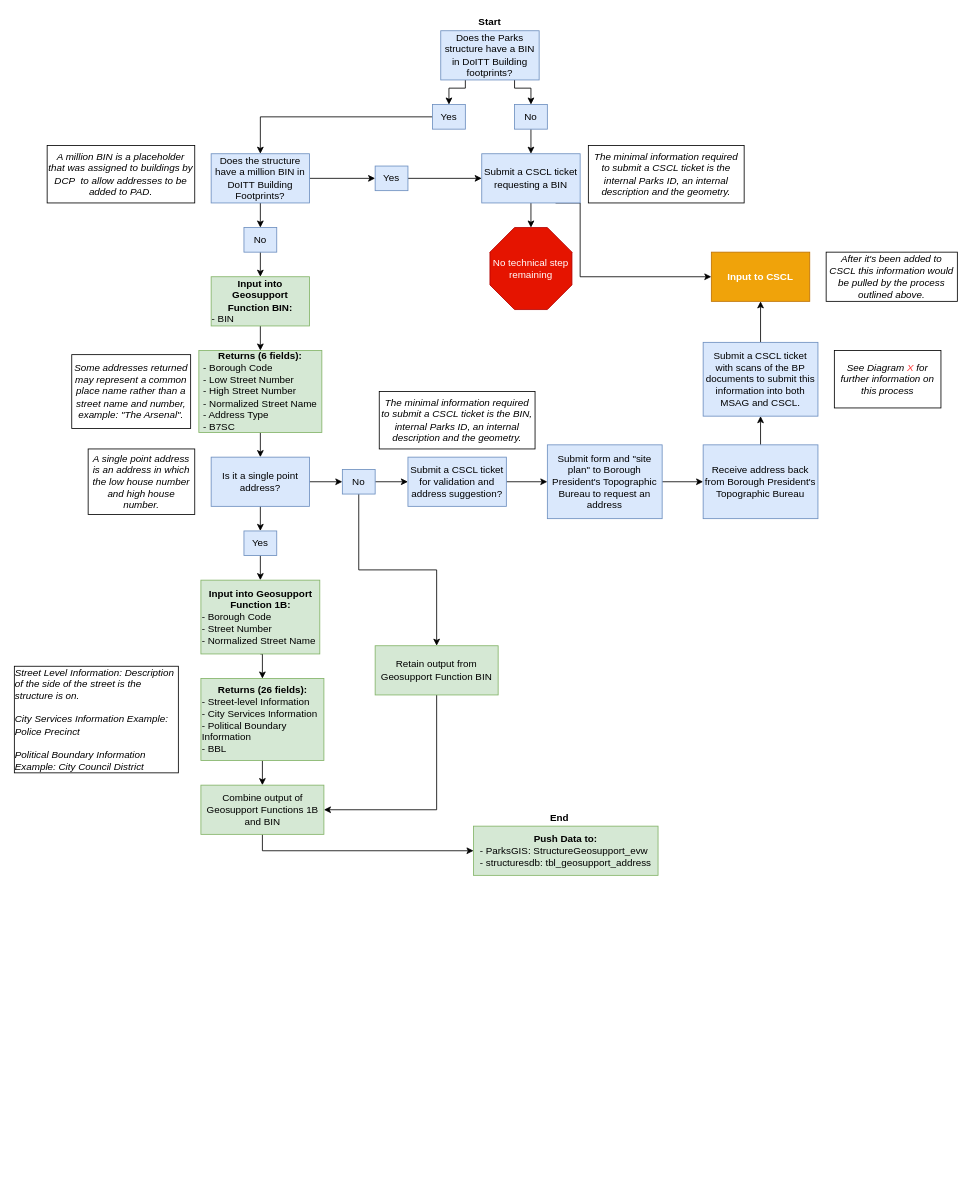
Earlier version of the draw.io diagram Geosupport.drawio (NYCParks-data/Structures). Source tidied: cells renumbered, new cells numbered last; positions are measured from the earlier drawing's top-left corner, leaving out a move shared by most shapes. Both pictures are drawn from the tidied source at 82%, with x=0, y=0 at pixel (14, 14).
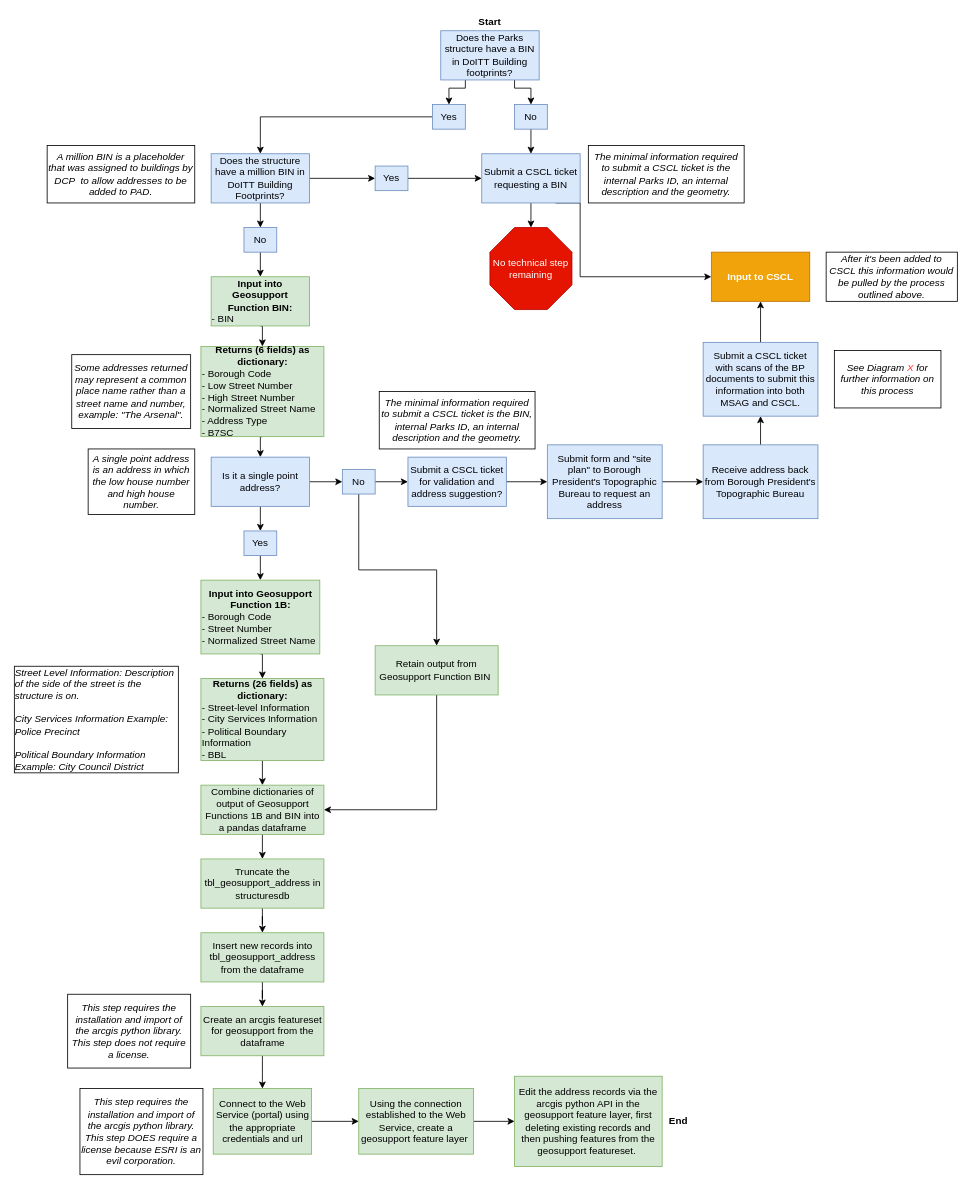
After the change.

Change to the diagram source:
```diff
@@
-    <mxCell id="25" value="&lt;b&gt;Returns (6 fields):&lt;/b&gt;&lt;br&gt;&lt;div style=&quot;text-align: left&quot;&gt;&lt;span&gt;- Borough Code&lt;/span&gt;&lt;/div&gt;&lt;div style=&quot;text-align: left&quot;&gt;&lt;span&gt;- Low Street Number&lt;/span&gt;&lt;/div&gt;&lt;div style=&quot;text-align: left&quot;&gt;&lt;span&gt;- High Street Number&lt;/span&gt;&lt;/div&gt;&lt;div style=&quot;text-align: left&quot;&gt;&lt;span&gt;- Normalized Street Name&lt;/span&gt;&lt;/div&gt;&lt;div style=&quot;text-align: left&quot;&gt;&lt;span&gt;- Address Type&lt;/span&gt;&lt;/div&gt;&lt;div style=&quot;text-align: left&quot;&gt;&lt;span&gt;- B7SC&lt;/span&gt;&lt;/div&gt;" style="rounded=0;whiteSpace=wrap;html=1;fillColor=#d5e8d4;strokeColor=#82b366;" parent="1" vertex="1">
-      <mxGeometry x="225" y="410" width="150" height="100" as="geometry" />
+    <mxCell id="25" value="&lt;b&gt;Returns (6 fields) as dictionary:&lt;/b&gt;&lt;br&gt;&lt;div style=&quot;text-align: left&quot;&gt;&lt;span&gt;- Borough Code&lt;/span&gt;&lt;/div&gt;&lt;div style=&quot;text-align: left&quot;&gt;&lt;span&gt;- Low Street Number&lt;/span&gt;&lt;/div&gt;&lt;div style=&quot;text-align: left&quot;&gt;&lt;span&gt;- High Street Number&lt;/span&gt;&lt;/div&gt;&lt;div style=&quot;text-align: left&quot;&gt;&lt;span&gt;- Normalized Street Name&lt;/span&gt;&lt;/div&gt;&lt;div style=&quot;text-align: left&quot;&gt;&lt;span&gt;- Address Type&lt;/span&gt;&lt;/div&gt;&lt;div style=&quot;text-align: left&quot;&gt;&lt;span&gt;- B7SC&lt;/span&gt;&lt;/div&gt;" style="rounded=0;whiteSpace=wrap;html=1;fillColor=#d5e8d4;strokeColor=#82b366;" parent="1" vertex="1">
+      <mxGeometry x="227.5" y="405" width="150" height="110" as="geometry" />
     </mxCell>
@@
-    <mxCell id="42" value="&lt;b&gt;Returns (26 fields):&lt;/b&gt;&lt;br&gt;&lt;div style=&quot;text-align: left&quot;&gt;- Street-level Information&lt;/div&gt;&lt;div style=&quot;text-align: left&quot;&gt;&lt;span&gt;- City Services Information&lt;/span&gt;&lt;/div&gt;&lt;div style=&quot;text-align: left&quot;&gt;&lt;span&gt;- Political Boundary Information&lt;/span&gt;&lt;/div&gt;&lt;div style=&quot;text-align: left&quot;&gt;&lt;span&gt;- BBL&lt;/span&gt;&lt;/div&gt;" style="rounded=0;whiteSpace=wrap;html=1;fillColor=#d5e8d4;strokeColor=#82b366;" parent="1" vertex="1">
+    <mxCell id="42" value="&lt;b&gt;Returns (26 fields) as dictionary:&lt;/b&gt;&lt;br&gt;&lt;div style=&quot;text-align: left&quot;&gt;- Street-level Information&lt;/div&gt;&lt;div style=&quot;text-align: left&quot;&gt;&lt;span&gt;- City Services Information&lt;/span&gt;&lt;/div&gt;&lt;div style=&quot;text-align: left&quot;&gt;&lt;span&gt;- Political Boundary Information&lt;/span&gt;&lt;/div&gt;&lt;div style=&quot;text-align: left&quot;&gt;&lt;span&gt;- BBL&lt;/span&gt;&lt;/div&gt;" style="rounded=0;whiteSpace=wrap;html=1;fillColor=#d5e8d4;strokeColor=#82b366;" parent="1" vertex="1">
       <mxGeometry x="227.5" y="810" width="150" height="100" as="geometry" />
     </mxCell>
@@
-    <mxCell id="44" style="edgeStyle=orthogonalEdgeStyle;rounded=0;jettySize=auto;html=1;exitX=0.5;exitY=1;exitDx=0;exitDy=0;entryX=0;entryY=0.5;entryDx=0;entryDy=0;" parent="1" edge="1" source="45" target="46">
-      <mxGeometry relative="1" as="geometry" />
-    </mxCell>
+    <mxCell id="60" style="edgeStyle=orthogonalEdgeStyle;rounded=0;jettySize=auto;html=1;exitX=0.5;exitY=1;exitDx=0;exitDy=0;entryX=0.5;entryY=0;entryDx=0;entryDy=0;" parent="1" edge="1" source="45" target="62">
+      <mxGeometry relative="1" as="geometry" />
+    </mxCell>
-    <mxCell id="45" value="Combine output of Geosupport Functions 1B and BIN" style="rounded=0;whiteSpace=wrap;html=1;fillColor=#d5e8d4;strokeColor=#82b366;" parent="1" vertex="1">
+    <mxCell id="45" value="Combine dictionaries of output of Geosupport Functions 1B and BIN into a pandas dataframe" style="rounded=0;whiteSpace=wrap;html=1;fillColor=#d5e8d4;strokeColor=#82b366;" parent="1" vertex="1">
       <mxGeometry x="227.5" y="940" width="150" height="60" as="geometry" />
     </mxCell>
-    <mxCell id="46" value="&lt;b&gt;Push Data to:&lt;/b&gt;&lt;br&gt;&lt;div style=&quot;text-align: left&quot;&gt;&lt;span&gt;- ParksGIS: StructureGeosupport_evw&lt;/span&gt;&lt;/div&gt;&lt;div style=&quot;text-align: left&quot;&gt;&lt;span&gt;- structuresdb: tbl_geosupport_address&lt;/span&gt;&lt;/div&gt;" style="rounded=0;whiteSpace=wrap;html=1;fillColor=#d5e8d4;strokeColor=#82b366;" parent="1" vertex="1">
-      <mxGeometry x="560" y="990" width="225" height="60" as="geometry" />
-    </mxCell>
@@
-    <mxCell id="48" value="Retain output from Geosupport Function BIN" style="rounded=0;whiteSpace=wrap;html=1;fillColor=#d5e8d4;strokeColor=#82b366;" parent="1" vertex="1">
+    <mxCell id="48" value="Retain output from Geosupport Function BIN&amp;nbsp;" style="rounded=0;whiteSpace=wrap;html=1;fillColor=#d5e8d4;strokeColor=#82b366;" parent="1" vertex="1">
       <mxGeometry x="440" y="770" width="150" height="60" as="geometry" />
     </mxCell>
     <mxCell id="49" value="&lt;b&gt;End&lt;/b&gt;" style="text;html=1;strokeColor=none;fillColor=none;align=center;verticalAlign=middle;whiteSpace=wrap;rounded=0;" parent="1" vertex="1">
-      <mxGeometry x="645" y="970" width="40" height="20" as="geometry" />
+      <mxGeometry x="790" y="1340" width="40" height="20" as="geometry" />
     </mxCell>
@@
+    <mxCell id="61" style="edgeStyle=orthogonalEdgeStyle;rounded=0;jettySize=auto;html=1;" parent="1" edge="1" source="62" target="64">
+      <mxGeometry relative="1" as="geometry" />
+    </mxCell>
+    <mxCell id="62" value="Truncate the tbl_geosupport_address in structuresdb" style="rounded=0;whiteSpace=wrap;html=1;fillColor=#d5e8d4;strokeColor=#82b366;" parent="1" vertex="1">
+      <mxGeometry x="227.5" y="1030" width="150" height="60" as="geometry" />
+    </mxCell>
+    <mxCell id="63" style="edgeStyle=orthogonalEdgeStyle;rounded=0;jettySize=auto;html=1;" parent="1" edge="1" source="64" target="67">
+      <mxGeometry relative="1" as="geometry" />
+    </mxCell>
+    <mxCell id="64" value="Insert new records into tbl_geosupport_address from the dataframe" style="rounded=0;whiteSpace=wrap;html=1;fillColor=#d5e8d4;strokeColor=#82b366;" parent="1" vertex="1">
+      <mxGeometry x="227.5" y="1120" width="150" height="60" as="geometry" />
+    </mxCell>
+    <mxCell id="65" value="&lt;i&gt;This step requires the installation and import of the arcgis python library. This step does not require a license.&lt;/i&gt;" style="rounded=0;whiteSpace=wrap;html=1;" parent="1" vertex="1">
+      <mxGeometry x="65" y="1195" width="150" height="90" as="geometry" />
+    </mxCell>
+    <mxCell id="66" style="edgeStyle=orthogonalEdgeStyle;rounded=0;jettySize=auto;html=1;exitX=0.5;exitY=1;exitDx=0;exitDy=0;entryX=0.5;entryY=0;entryDx=0;entryDy=0;" parent="1" edge="1" source="67">
+      <mxGeometry relative="1" as="geometry">
+        <mxPoint x="302.5" y="1310" as="targetPoint" />
+      </mxGeometry>
+    </mxCell>
+    <mxCell id="67" value="Create an arcgis featureset for geosupport from the dataframe" style="rounded=0;whiteSpace=wrap;html=1;fillColor=#d5e8d4;strokeColor=#82b366;" parent="1" vertex="1">
+      <mxGeometry x="227.5" y="1210" width="150" height="60" as="geometry" />
+    </mxCell>
+    <mxCell id="68" style="edgeStyle=orthogonalEdgeStyle;rounded=0;jettySize=auto;html=1;" parent="1" edge="1" source="69" target="72">
+      <mxGeometry relative="1" as="geometry" />
+    </mxCell>
+    <mxCell id="69" value="Using the connection established to the Web Service, create a geosupport feature layer&amp;nbsp;" style="rounded=0;whiteSpace=wrap;html=1;fillColor=#d5e8d4;strokeColor=#82b366;" parent="1" vertex="1">
+      <mxGeometry x="420" y="1310" width="140" height="80" as="geometry" />
+    </mxCell>
+    <mxCell id="70" style="edgeStyle=orthogonalEdgeStyle;rounded=0;jettySize=auto;html=1;" parent="1" edge="1" source="71" target="69">
+      <mxGeometry relative="1" as="geometry" />
+    </mxCell>
+    <mxCell id="71" value="Connect to the Web Service (portal) using the appropriate credentials and url" style="rounded=0;whiteSpace=wrap;html=1;fillColor=#d5e8d4;strokeColor=#82b366;" parent="1" vertex="1">
+      <mxGeometry x="242.5" y="1310" width="120" height="80" as="geometry" />
+    </mxCell>
+    <mxCell id="72" value="Edit the address records via the arcgis python API in the geosupport feature layer, first deleting existing records and then pushing features from the geosupport featureset.&amp;nbsp;" style="rounded=0;whiteSpace=wrap;html=1;fillColor=#d5e8d4;strokeColor=#82b366;" parent="1" vertex="1">
+      <mxGeometry x="610" y="1295" width="180" height="110" as="geometry" />
+    </mxCell>
+    <mxCell id="73" value="&lt;i&gt;This step requires the installation and import of the arcgis python library. This step DOES require a license because ESRI is an evil corporation.&lt;/i&gt;" style="rounded=0;whiteSpace=wrap;html=1;" parent="1" vertex="1">
+      <mxGeometry x="80" y="1310" width="150" height="105" as="geometry" />
+    </mxCell>
```
